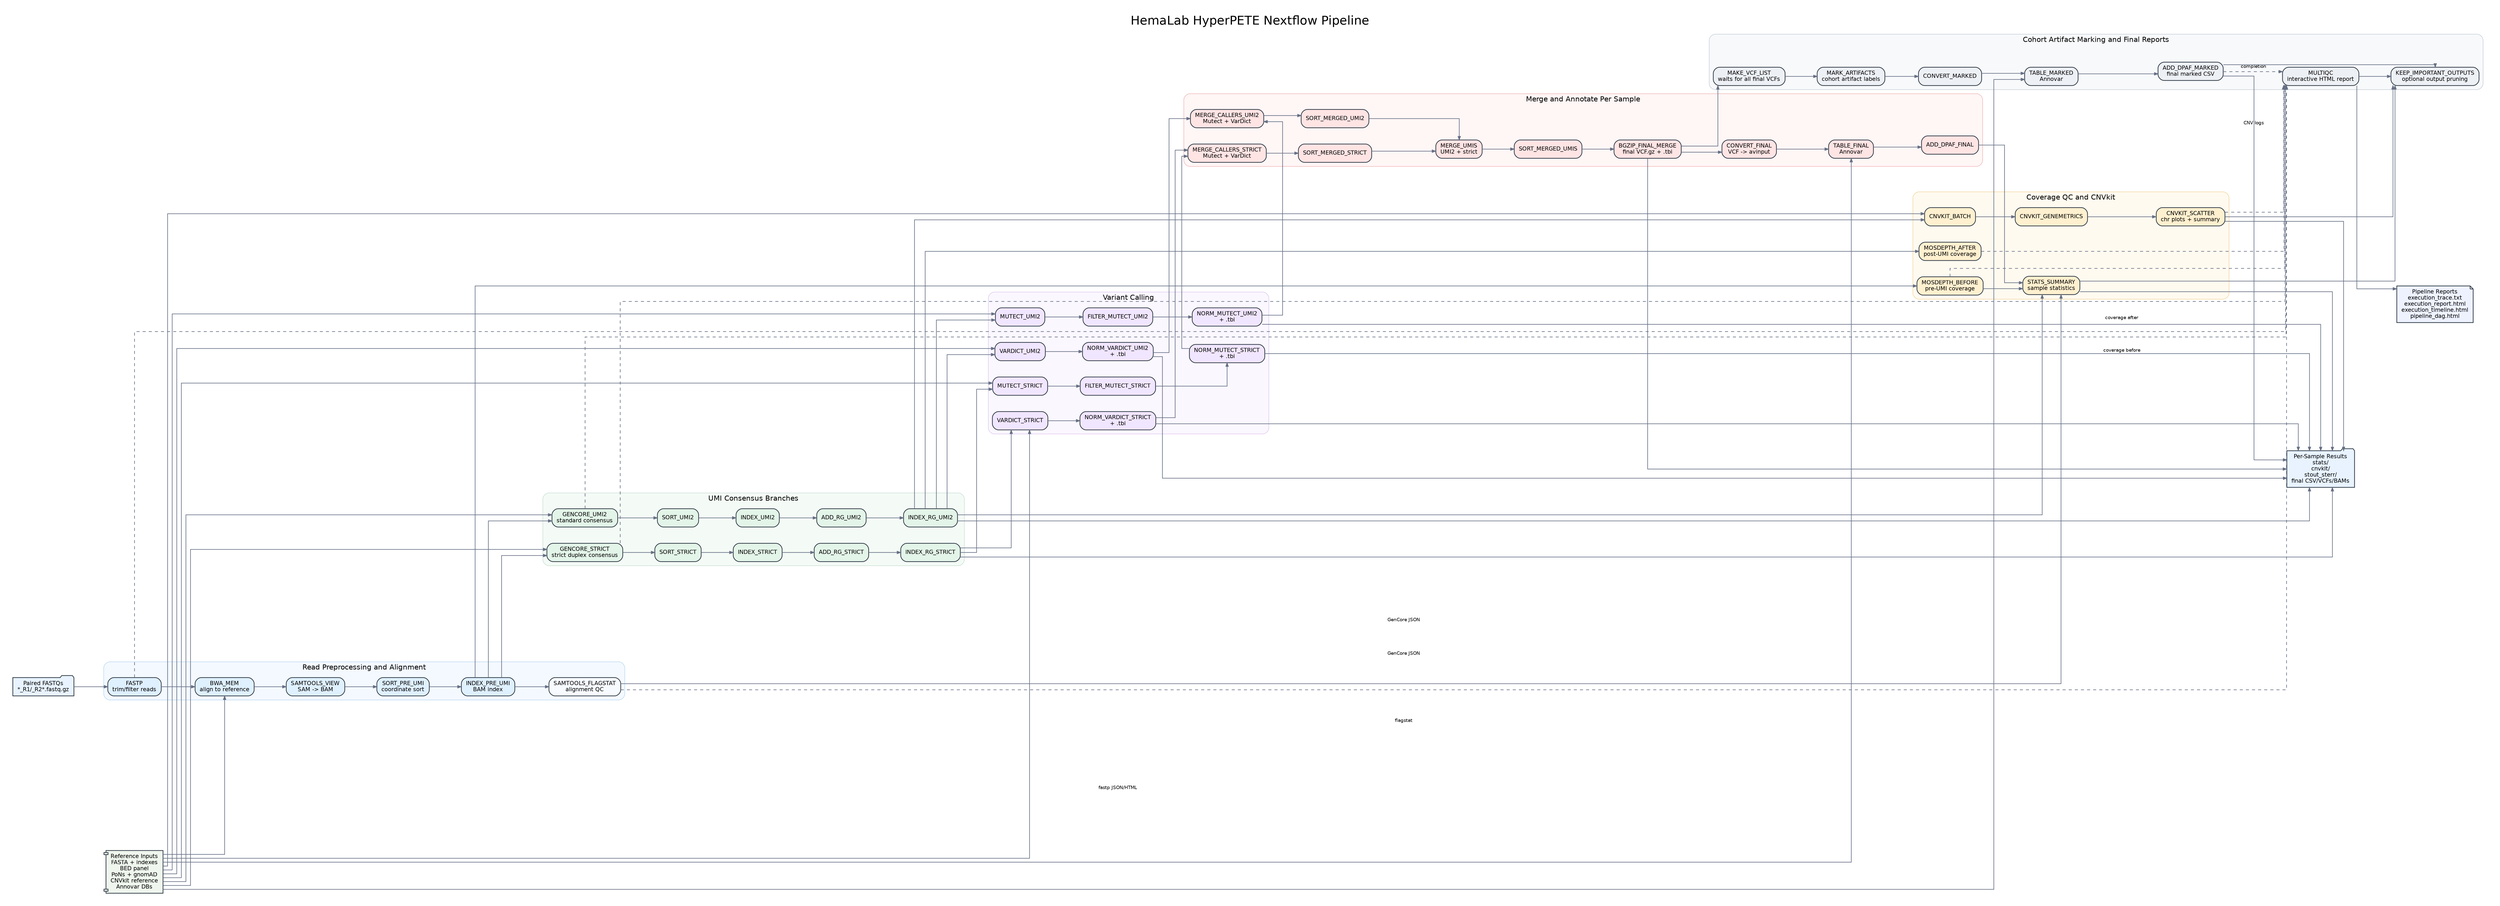
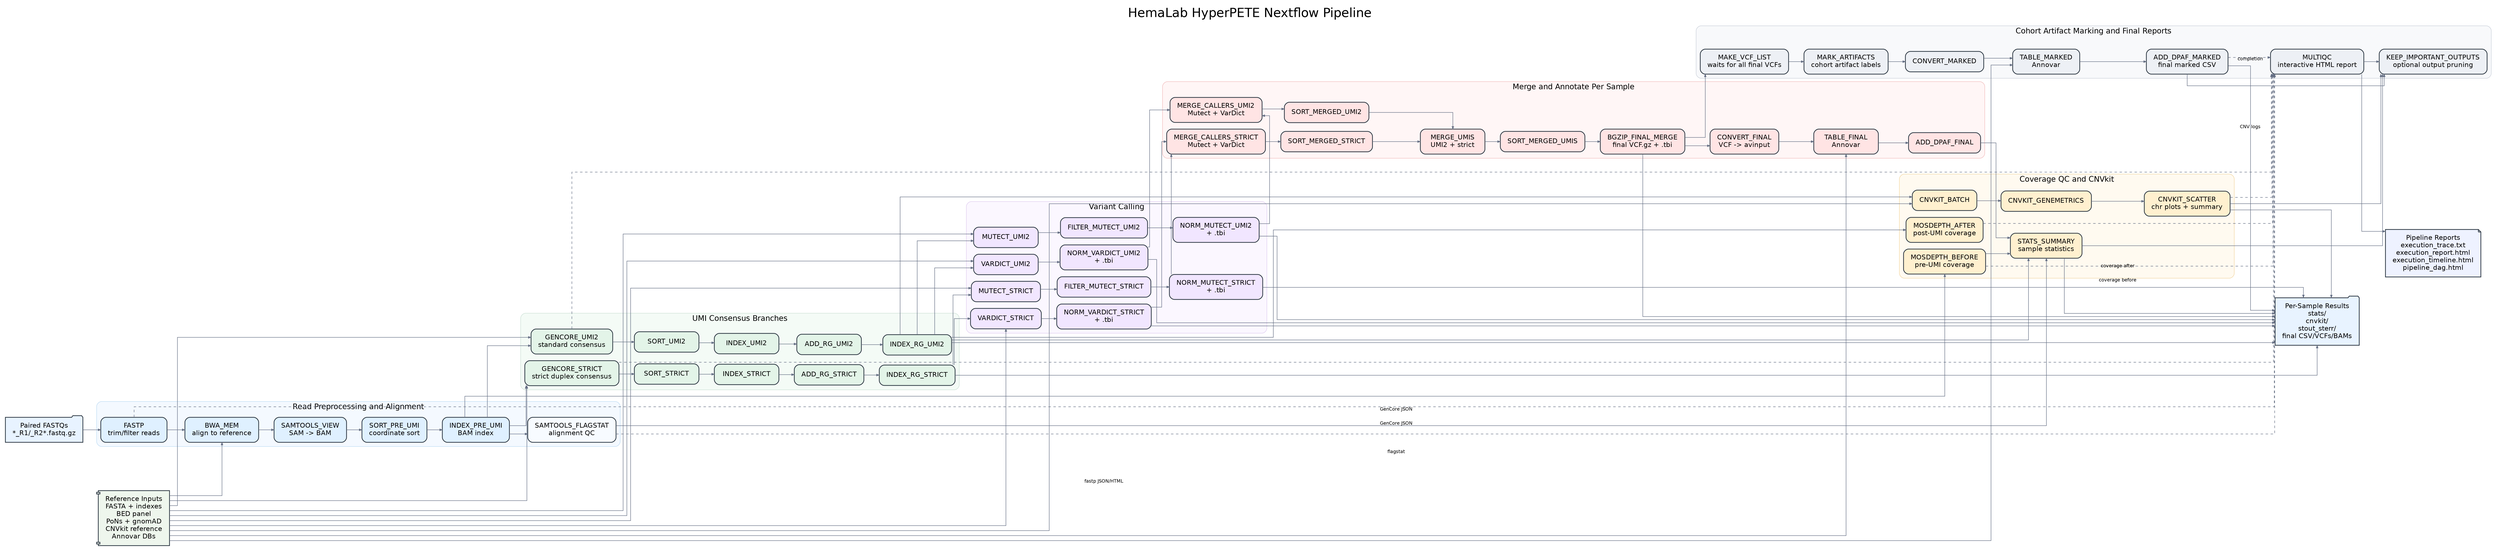
digraph HemaLab_HyperPETE_Nextflow {
  graph [
    rankdir=LR,
    bgcolor="white",
    label="HemaLab HyperPETE Nextflow Pipeline",
    labelloc=t,
-     fontsize=24,
+     fontsize=30,
    fontname="Helvetica",
-     pad=0.35,
-     nodesep=0.45,
-     ranksep=0.85,
+     pad=0.18,
+     nodesep=0.22,
+     ranksep=0.48,
    splines=ortho
  ];

  node [
    shape=box,
    style="rounded,filled",
    fontname="Helvetica",
-     fontsize=11,
+     fontsize=16,
    color="#2f3a45",
    fillcolor="#f8fafc",
-     penwidth=1.4,
-     margin="0.12,0.08"
+     penwidth=1.8,
+     margin="0.24,0.16",
+     height=0.68,
+     width=2.15
  ];

  edge [
    fontname="Helvetica",
-     fontsize=9,
+     fontsize=11,
    color="#667085",
-     arrowsize=0.7,
-     penwidth=1.2
+     arrowsize=0.62,
+     penwidth=1.1
  ];

  input_fastq [
    label="Paired FASTQs\n*_R1/_R2*.fastq.gz",
    shape=folder,
    fillcolor="#e8f3ff"
  ];

  references [
    label="Reference Inputs\nFASTA + indexes\nBED panel\nPoNs + gnomAD\nCNVkit reference\nAnnovar DBs",
    shape=component,
    fillcolor="#eef6ed"
  ];

  subgraph cluster_preprocess {
    label="Read Preprocessing and Alignment";
    color="#b8d8f2";
    fillcolor="#f4f9ff";
    style="rounded,filled";
    fontname="Helvetica";
-     fontsize=14;
+     fontsize=18;
+     margin=10;

    fastp [label="FASTP\ntrim/filter reads", fillcolor="#dff0ff"];
    bwa [label="BWA_MEM\nalign to reference", fillcolor="#dff0ff"];
    samtools_view [label="SAMTOOLS_VIEW\nSAM -> BAM", fillcolor="#dff0ff"];
    sort_pre_umi [label="SORT_PRE_UMI\ncoordinate sort", fillcolor="#dff0ff"];
    index_pre_umi [label="INDEX_PRE_UMI\nBAM index", fillcolor="#dff0ff"];
    flagstat [label="SAMTOOLS_FLAGSTAT\nalignment QC", fillcolor="#f7fbff"];
  }

  subgraph cluster_umi {
    label="UMI Consensus Branches";
    color="#c8ded2";
    fillcolor="#f4fbf6";
    style="rounded,filled";
    fontname="Helvetica";
-     fontsize=14;
+     fontsize=18;
+     margin=10;

    gencore_umi2 [label="GENCORE_UMI2\nstandard consensus", fillcolor="#e3f4e8"];
    gencore_strict [label="GENCORE_STRICT\nstrict duplex consensus", fillcolor="#e3f4e8"];

    sort_umi2 [label="SORT_UMI2", fillcolor="#e3f4e8"];
    sort_strict [label="SORT_STRICT", fillcolor="#e3f4e8"];
    index_umi2 [label="INDEX_UMI2", fillcolor="#e3f4e8"];
    index_strict [label="INDEX_STRICT", fillcolor="#e3f4e8"];
    add_rg_umi2 [label="ADD_RG_UMI2", fillcolor="#e3f4e8"];
    add_rg_strict [label="ADD_RG_STRICT", fillcolor="#e3f4e8"];
    index_rg_umi2 [label="INDEX_RG_UMI2", fillcolor="#e3f4e8"];
    index_rg_strict [label="INDEX_RG_STRICT", fillcolor="#e3f4e8"];
  }

  subgraph cluster_qc_cnv {
    label="Coverage QC and CNVkit";
    color="#f1d39a";
    fillcolor="#fffaf0";
    style="rounded,filled";
    fontname="Helvetica";
-     fontsize=14;
+     fontsize=18;
+     margin=10;

    mosdepth_before [label="MOSDEPTH_BEFORE\npre-UMI coverage", fillcolor="#fff0cf"];
    mosdepth_after [label="MOSDEPTH_AFTER\npost-UMI coverage", fillcolor="#fff0cf"];
    stats_summary [label="STATS_SUMMARY\nsample statistics", fillcolor="#fff0cf"];

    cnvkit_batch [label="CNVKIT_BATCH", fillcolor="#fff0cf"];
    cnvkit_genemetrics [label="CNVKIT_GENEMETRICS", fillcolor="#fff0cf"];
    cnvkit_scatter [label="CNVKIT_SCATTER\nchr plots + summary", fillcolor="#fff0cf"];
  }

  subgraph cluster_calling {
    label="Variant Calling";
    color="#dcc7ee";
    fillcolor="#fbf7ff";
    style="rounded,filled";
    fontname="Helvetica";
-     fontsize=14;
+     fontsize=18;
+     margin=10;

    mutect_umi2 [label="MUTECT_UMI2", fillcolor="#f1e6ff"];
    mutect_strict [label="MUTECT_STRICT", fillcolor="#f1e6ff"];
    filter_mutect_umi2 [label="FILTER_MUTECT_UMI2", fillcolor="#f1e6ff"];
    filter_mutect_strict [label="FILTER_MUTECT_STRICT", fillcolor="#f1e6ff"];
    norm_mutect_umi2 [label="NORM_MUTECT_UMI2\n+ .tbi", fillcolor="#f1e6ff"];
    norm_mutect_strict [label="NORM_MUTECT_STRICT\n+ .tbi", fillcolor="#f1e6ff"];

    vardict_umi2 [label="VARDICT_UMI2", fillcolor="#f1e6ff"];
    vardict_strict [label="VARDICT_STRICT", fillcolor="#f1e6ff"];
    norm_vardict_umi2 [label="NORM_VARDICT_UMI2\n+ .tbi", fillcolor="#f1e6ff"];
    norm_vardict_strict [label="NORM_VARDICT_STRICT\n+ .tbi", fillcolor="#f1e6ff"];
  }

  subgraph cluster_merge_annotate {
    label="Merge and Annotate Per Sample";
    color="#f0b6b6";
    fillcolor="#fff6f6";
    style="rounded,filled";
    fontname="Helvetica";
-     fontsize=14;
+     fontsize=18;
+     margin=10;

    merge_callers_umi2 [label="MERGE_CALLERS_UMI2\nMutect + VarDict", fillcolor="#ffe4e4"];
    merge_callers_strict [label="MERGE_CALLERS_STRICT\nMutect + VarDict", fillcolor="#ffe4e4"];
    sort_merged_umi2 [label="SORT_MERGED_UMI2", fillcolor="#ffe4e4"];
    sort_merged_strict [label="SORT_MERGED_STRICT", fillcolor="#ffe4e4"];
    merge_umis [label="MERGE_UMIS\nUMI2 + strict", fillcolor="#ffe4e4"];
    sort_merged_umis [label="SORT_MERGED_UMIS", fillcolor="#ffe4e4"];
    bgzip_final [label="BGZIP_FINAL_MERGE\nfinal VCF.gz + .tbi", fillcolor="#ffe4e4"];
    convert_final [label="CONVERT_FINAL\nVCF -> avinput", fillcolor="#ffe4e4"];
    table_final [label="TABLE_FINAL\nAnnovar", fillcolor="#ffe4e4"];
    add_dpaf_final [label="ADD_DPAF_FINAL", fillcolor="#ffe4e4"];
  }

  subgraph cluster_cohort {
    label="Cohort Artifact Marking and Final Reports";
    color="#c6ccd6";
    fillcolor="#f8f9fb";
    style="rounded,filled";
    fontname="Helvetica";
-     fontsize=14;
+     fontsize=18;
+     margin=10;

    make_vcf_list [label="MAKE_VCF_LIST\nwaits for all final VCFs", fillcolor="#edf0f5"];
    mark_artifacts [label="MARK_ARTIFACTS\ncohort artifact labels", fillcolor="#edf0f5"];
    convert_marked [label="CONVERT_MARKED", fillcolor="#edf0f5"];
    table_marked [label="TABLE_MARKED\nAnnovar", fillcolor="#edf0f5"];
    add_dpaf_marked [label="ADD_DPAF_MARKED\nfinal marked CSV", fillcolor="#edf0f5"];
    multiqc [label="MULTIQC\ninteractive HTML report", fillcolor="#edf0f5"];
    keep_important [label="KEEP_IMPORTANT_OUTPUTS\noptional output pruning", fillcolor="#edf0f5"];
  }

  sample_outputs [
    label="Per-Sample Results\nstats/\ncnvkit/\nstout_sterr/\nfinal CSV/VCFs/BAMs",
    shape=folder,
    fillcolor="#e8f3ff"
  ];

  pipeline_reports [
    label="Pipeline Reports\nexecution_trace.txt\nexecution_report.html\nexecution_timeline.html\npipeline_dag.html",
    shape=note,
    fillcolor="#eef2ff"
  ];

  input_fastq -> fastp;
  references -> bwa;
  references -> gencore_umi2;
  references -> gencore_strict;
  references -> mutect_umi2;
  references -> mutect_strict;
  references -> vardict_umi2;
  references -> vardict_strict;
  references -> table_final;
  references -> table_marked;
  references -> cnvkit_batch;

  fastp -> bwa -> samtools_view -> sort_pre_umi -> index_pre_umi;
  index_pre_umi -> flagstat;
  index_pre_umi -> mosdepth_before;

  index_pre_umi -> gencore_umi2;
  index_pre_umi -> gencore_strict;

  gencore_umi2 -> sort_umi2 -> index_umi2 -> add_rg_umi2 -> index_rg_umi2;
  gencore_strict -> sort_strict -> index_strict -> add_rg_strict -> index_rg_strict;

  index_rg_umi2 -> mosdepth_after;
  index_rg_umi2 -> cnvkit_batch -> cnvkit_genemetrics -> cnvkit_scatter;

  index_rg_umi2 -> mutect_umi2 -> filter_mutect_umi2 -> norm_mutect_umi2;
  index_rg_strict -> mutect_strict -> filter_mutect_strict -> norm_mutect_strict;

  index_rg_umi2 -> vardict_umi2 -> norm_vardict_umi2;
  index_rg_strict -> vardict_strict -> norm_vardict_strict;

  norm_mutect_umi2 -> merge_callers_umi2;
  norm_vardict_umi2 -> merge_callers_umi2;
  norm_mutect_strict -> merge_callers_strict;
  norm_vardict_strict -> merge_callers_strict;

  merge_callers_umi2 -> sort_merged_umi2;
  merge_callers_strict -> sort_merged_strict;
  sort_merged_umi2 -> merge_umis;
  sort_merged_strict -> merge_umis;
  merge_umis -> sort_merged_umis -> bgzip_final;

  bgzip_final -> convert_final -> table_final -> add_dpaf_final;
  bgzip_final -> make_vcf_list -> mark_artifacts -> convert_marked -> table_marked -> add_dpaf_marked;

  add_dpaf_final -> stats_summary;
  index_rg_umi2 -> stats_summary;
  mosdepth_before -> stats_summary;
  flagstat -> stats_summary;

  fastp -> multiqc [label="fastp JSON/HTML", style=dashed];
  flagstat -> multiqc [label="flagstat", style=dashed];
  mosdepth_before -> multiqc [label="coverage before", style=dashed];
  mosdepth_after -> multiqc [label="coverage after", style=dashed];
  gencore_umi2 -> multiqc [label="GenCore JSON", style=dashed];
  gencore_strict -> multiqc [label="GenCore JSON", style=dashed];
  cnvkit_scatter -> multiqc [label="CNV logs", style=dashed];
  add_dpaf_marked -> multiqc [label="completion", style=dashed];

  add_dpaf_marked -> keep_important;
  stats_summary -> keep_important;
  cnvkit_scatter -> keep_important;
  multiqc -> keep_important;

  stats_summary -> sample_outputs;
  cnvkit_scatter -> sample_outputs;
  add_dpaf_marked -> sample_outputs;
  bgzip_final -> sample_outputs;
  norm_mutect_umi2 -> sample_outputs;
  norm_mutect_strict -> sample_outputs;
  norm_vardict_umi2 -> sample_outputs;
  norm_vardict_strict -> sample_outputs;
  index_rg_umi2 -> sample_outputs;
  index_rg_strict -> sample_outputs;

  multiqc -> pipeline_reports;
}
